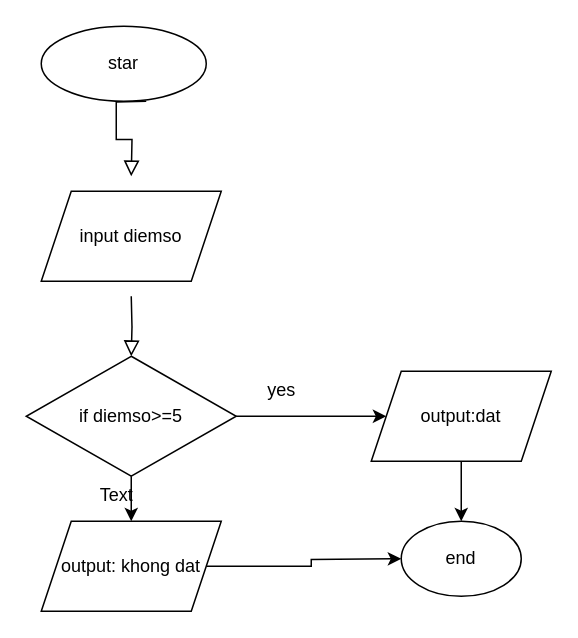
Above: baitap4.drawio in buihung0602/baitap-ss1 (draw.io), before the change. Source tidied: cells renumbered, new cells numbered last; positions are measured from the earlier drawing's top-left corner, leaving out a move shared by most shapes. Both pictures are drawn from the tidied source at 150%, with x=0, y=0 at pixel (26, 26).
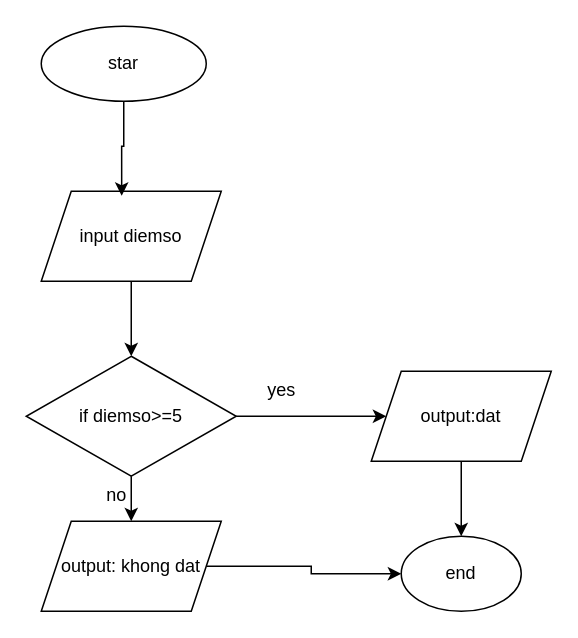
The same page after the edit.

Change to the diagram source:
```diff
@@
 <mxGraphModel>
   <root>
     <mxCell id="0" />
     <mxCell id="1" parent="0" />
-    <mxCell id="2" style="rounded=0;html=1;jettySize=auto;orthogonalLoop=1;fontSize=11;endArrow=block;endFill=0;endSize=8;strokeWidth=1;shadow=0;labelBackgroundColor=none;edgeStyle=orthogonalEdgeStyle;" parent="1" edge="1">
-      <mxGeometry relative="1" as="geometry">
-        <mxPoint x="80" y="50" as="sourcePoint" />
-        <mxPoint x="70" y="100" as="targetPoint" />
-      </mxGeometry>
-    </mxCell>
-    <mxCell id="3" style="rounded=0;html=1;jettySize=auto;orthogonalLoop=1;fontSize=11;endArrow=block;endFill=0;endSize=8;strokeWidth=1;shadow=0;labelBackgroundColor=none;edgeStyle=orthogonalEdgeStyle;" parent="1" edge="1">
-      <mxGeometry x="0.12" y="-20" relative="1" as="geometry">
-        <mxPoint x="70" y="180" as="sourcePoint" />
-        <mxPoint x="70" y="220" as="targetPoint" />
-      </mxGeometry>
-    </mxCell>
+    <mxCell id="16" style="edgeStyle=orthogonalEdgeStyle;rounded=0;jettySize=auto;html=1;entryX=0.5;entryY=0;entryDx=0;entryDy=0;" parent="1" edge="1" source="4" target="9">
+      <mxGeometry relative="1" as="geometry" />
+    </mxCell>
     <mxCell id="4" value="&lt;div&gt;&lt;div&gt;input diemso&lt;/div&gt;&lt;/div&gt;" style="shape=parallelogram;perimeter=parallelogramPerimeter;whiteSpace=wrap;html=1;fixedSize=1;" parent="1" vertex="1">
       <mxGeometry x="10" y="110" width="120" height="60" as="geometry" />
     </mxCell>
     <mxCell id="5" value="star" style="ellipse;whiteSpace=wrap;html=1;" parent="1" vertex="1">
       <mxGeometry x="10" width="110" height="50" as="geometry" />
     </mxCell>
     <mxCell id="6" value="end" style="ellipse;whiteSpace=wrap;html=1;rounded=1;glass=0;strokeWidth=1;shadow=0;" parent="1" vertex="1">
-      <mxGeometry x="250" y="330" width="80" height="50" as="geometry" />
+      <mxGeometry x="250" y="340" width="80" height="50" as="geometry" />
     </mxCell>
     <mxCell id="7" style="edgeStyle=orthogonalEdgeStyle;rounded=0;jettySize=auto;html=1;" parent="1" edge="1" source="9" target="11">
       <mxGeometry relative="1" as="geometry" />
     </mxCell>
     <mxCell id="8" style="edgeStyle=orthogonalEdgeStyle;rounded=0;jettySize=auto;html=1;" parent="1" edge="1" source="9">
       <mxGeometry relative="1" as="geometry">
         <mxPoint x="70" y="330" as="targetPoint" />
       </mxGeometry>
     </mxCell>
     <mxCell id="9" value="if diemso&amp;gt;=5" style="rhombus;whiteSpace=wrap;html=1;" parent="1" vertex="1">
       <mxGeometry y="220" width="140" height="80" as="geometry" />
     </mxCell>
     <mxCell id="10" style="edgeStyle=orthogonalEdgeStyle;rounded=0;jettySize=auto;html=1;" parent="1" edge="1" source="11" target="6">
       <mxGeometry relative="1" as="geometry" />
     </mxCell>
     <mxCell id="11" value="output:dat" style="shape=parallelogram;perimeter=parallelogramPerimeter;whiteSpace=wrap;html=1;fixedSize=1;" parent="1" vertex="1">
       <mxGeometry x="230" y="230" width="120" height="60" as="geometry" />
     </mxCell>
     <mxCell id="12" value="yes" style="text;html=1;align=center;verticalAlign=middle;strokeColor=none;fillColor=none;" parent="1" vertex="1">
       <mxGeometry x="150" y="228" width="40" height="30" as="geometry" />
     </mxCell>
-    <mxCell id="13" style="edgeStyle=orthogonalEdgeStyle;rounded=0;jettySize=auto;html=1;" parent="1" edge="1" source="14">
-      <mxGeometry relative="1" as="geometry">
-        <mxPoint x="250" y="355" as="targetPoint" />
-      </mxGeometry>
-    </mxCell>
+    <mxCell id="17" style="edgeStyle=orthogonalEdgeStyle;rounded=0;jettySize=auto;html=1;exitX=1;exitY=0.5;exitDx=0;exitDy=0;entryX=0;entryY=0.5;entryDx=0;entryDy=0;" parent="1" edge="1" source="14" target="6">
+      <mxGeometry relative="1" as="geometry" />
+    </mxCell>
     <mxCell id="14" value="output: khong dat" style="shape=parallelogram;perimeter=parallelogramPerimeter;whiteSpace=wrap;html=1;fixedSize=1;" parent="1" vertex="1">
       <mxGeometry x="10" y="330" width="120" height="60" as="geometry" />
     </mxCell>
-    <mxCell id="15" value="Text" style="text;html=1;align=center;verticalAlign=middle;strokeColor=none;fillColor=none;" parent="1" vertex="1">
-      <mxGeometry x="35" y="298" width="50" height="30" as="geometry" />
+    <mxCell id="15" value="no" style="text;html=1;align=center;verticalAlign=middle;strokeColor=none;fillColor=none;" parent="1" vertex="1">
+      <mxGeometry x="40" y="298" width="40" height="30" as="geometry" />
     </mxCell>
+    <mxCell id="18" style="edgeStyle=orthogonalEdgeStyle;rounded=0;jettySize=auto;html=1;entryX=0.447;entryY=0.05;entryDx=0;entryDy=0;entryPerimeter=0;" parent="1" edge="1" source="5" target="4">
+      <mxGeometry relative="1" as="geometry" />
+    </mxCell>
   </root>
 </mxGraphModel>
```
